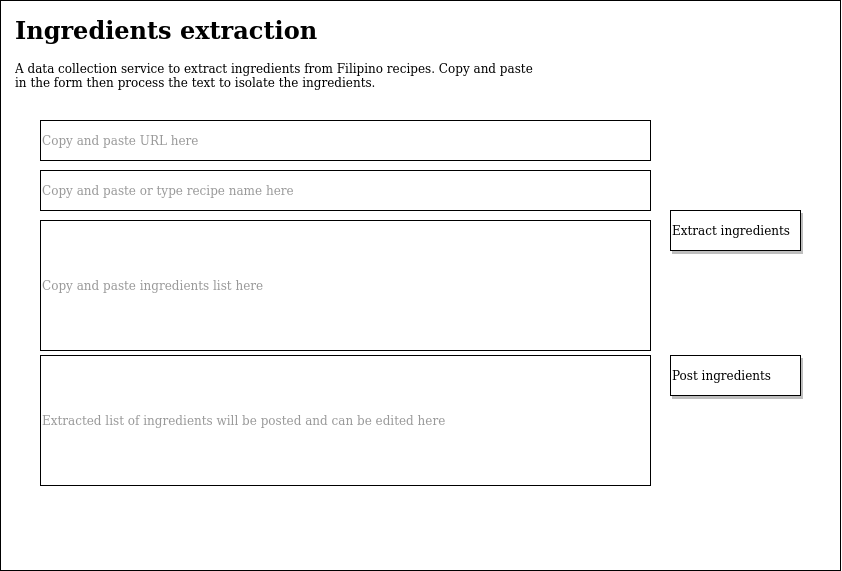
tropicalmentat/ing-extr-form keeps this draw.io diagram as docs/user-form-wo-content.png. Above is the earlier version. Source tidied: cells renumbered, new cells last; positions are measured from the earlier drawing's top-left corner, leaving out a move shared by most shapes.
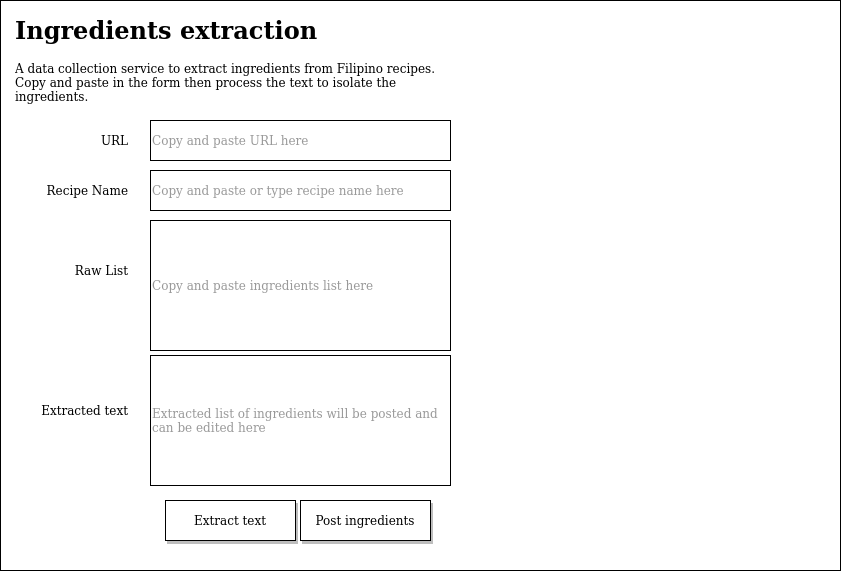
Later version of the same file.

Commit message:
Refined layout of form widgets

Diff of the diagram source:
```diff
@@ -2,29 +2,41 @@
   <root>
     <mxCell id="0" />
     <mxCell id="1" parent="0" />
-    <mxCell id="2" style="rounded=0;whiteSpace=wrap;html=1;" parent="1" vertex="1">
+    <mxCell id="2" value="URL" style="rounded=0;whiteSpace=wrap;html=1;" parent="1" vertex="1">
       <mxGeometry width="840" height="570" as="geometry" />
     </mxCell>
     <mxCell id="3" value="&lt;h1&gt;Ingredients extraction&lt;br&gt;&lt;/h1&gt;&lt;p&gt;A data collection service to extract ingredients from Filipino recipes. Copy and paste in the form then process the text to isolate the ingredients.&lt;br&gt;&lt;/p&gt;" style="text;html=1;strokeColor=none;fillColor=none;spacing=5;spacingTop=-20;whiteSpace=wrap;overflow=hidden;rounded=0;" parent="1" vertex="1">
-      <mxGeometry x="10" y="10" width="540" height="90" as="geometry" />
+      <mxGeometry x="10" y="10" width="440" height="100" as="geometry" />
     </mxCell>
     <mxCell id="4" value="&lt;font color=&quot;#999999&quot;&gt;Copy and paste ingredients list here&lt;br&gt;&lt;/font&gt;" style="rounded=0;whiteSpace=wrap;html=1;align=left;" parent="1" vertex="1">
-      <mxGeometry x="40" y="220" width="610" height="130" as="geometry" />
+      <mxGeometry x="150" y="220" width="300" height="130" as="geometry" />
     </mxCell>
     <mxCell id="5" value="&lt;font color=&quot;#999999&quot;&gt;Extracted list of ingredients will be posted and can be edited here&lt;br&gt;&lt;/font&gt;" style="rounded=0;whiteSpace=wrap;html=1;align=left;" parent="1" vertex="1">
-      <mxGeometry x="40" y="355" width="610" height="130" as="geometry" />
+      <mxGeometry x="150" y="355" width="300" height="130" as="geometry" />
     </mxCell>
     <mxCell id="6" value="&lt;font color=&quot;#999999&quot;&gt;Copy and paste URL here&lt;br&gt;&lt;/font&gt;" style="rounded=0;whiteSpace=wrap;html=1;align=left;" parent="1" vertex="1">
-      <mxGeometry x="40" y="120" width="610" height="40" as="geometry" />
+      <mxGeometry x="150" y="120" width="300" height="40" as="geometry" />
     </mxCell>
-    <mxCell id="7" value="Extract ingredients" style="rounded=0;whiteSpace=wrap;html=1;align=left;shadow=1;" parent="1" vertex="1">
-      <mxGeometry x="670" y="210" width="130" height="40" as="geometry" />
+    <mxCell id="7" value="Extract text" style="rounded=0;whiteSpace=wrap;html=1;align=center;shadow=1;" parent="1" vertex="1">
+      <mxGeometry x="165" y="500" width="130" height="40" as="geometry" />
     </mxCell>
-    <mxCell id="8" value="Post ingredients" style="rounded=0;whiteSpace=wrap;html=1;align=left;shadow=1;" parent="1" vertex="1">
-      <mxGeometry x="670" y="355" width="130" height="40" as="geometry" />
+    <mxCell id="8" value="Post ingredients" style="rounded=0;whiteSpace=wrap;html=1;align=center;shadow=1;" parent="1" vertex="1">
+      <mxGeometry x="300" y="500" width="130" height="40" as="geometry" />
     </mxCell>
     <mxCell id="9" value="&lt;font color=&quot;#999999&quot;&gt;Copy and paste or type recipe name here&lt;/font&gt;" style="rounded=0;whiteSpace=wrap;html=1;align=left;" parent="1" vertex="1">
-      <mxGeometry x="40" y="170" width="610" height="40" as="geometry" />
+      <mxGeometry x="150" y="170" width="300" height="40" as="geometry" />
     </mxCell>
+    <mxCell id="10" value="Recipe Name" style="text;html=1;strokeColor=none;fillColor=none;align=right;verticalAlign=middle;whiteSpace=wrap;rounded=0;" parent="1" vertex="1">
+      <mxGeometry x="40" y="180" width="90" height="20" as="geometry" />
+    </mxCell>
+    <mxCell id="11" value="URL" style="text;html=1;strokeColor=none;fillColor=none;align=right;verticalAlign=middle;whiteSpace=wrap;rounded=0;" parent="1" vertex="1">
+      <mxGeometry x="90" y="130" width="40" height="20" as="geometry" />
+    </mxCell>
+    <mxCell id="12" value="Raw List" style="text;html=1;strokeColor=none;fillColor=none;align=right;verticalAlign=middle;whiteSpace=wrap;rounded=0;" parent="1" vertex="1">
+      <mxGeometry x="40" y="260" width="90" height="20" as="geometry" />
+    </mxCell>
+    <mxCell id="13" value="Extracted text" style="text;html=1;strokeColor=none;fillColor=none;align=right;verticalAlign=middle;whiteSpace=wrap;rounded=0;" parent="1" vertex="1">
+      <mxGeometry x="40" y="400" width="90" height="20" as="geometry" />
+    </mxCell>
   </root>
 </mxGraphModel>
```
